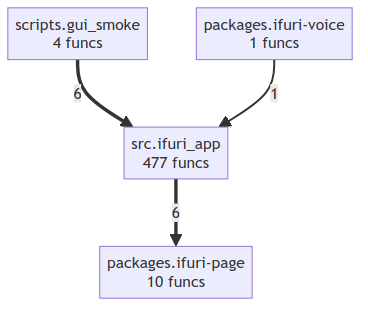
Earlier version of the Mermaid export project/compact_flow.png (if-uri/app). Its source is kept beside it as project/compact_flow.mmd.
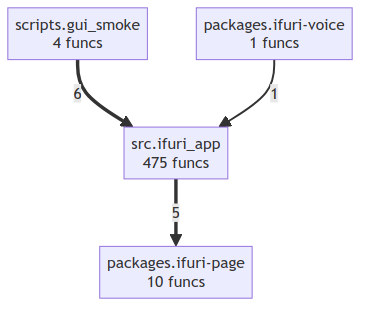
After the change.

What changed in the source:
```diff
@@ -2,7 +2,7 @@
     packages__ifuri_page["packages.ifuri-page<br/>10 funcs"]
     packages__ifuri_voice["packages.ifuri-voice<br/>1 funcs"]
     scripts__gui_smoke["scripts.gui_smoke<br/>4 funcs"]
-    src__ifuri_app["src.ifuri_app<br/>477 funcs"]
-    src__ifuri_app ==>|6| packages__ifuri_page
+    src__ifuri_app["src.ifuri_app<br/>475 funcs"]
     scripts__gui_smoke ==>|6| src__ifuri_app
+    src__ifuri_app ==>|5| packages__ifuri_page
     packages__ifuri_voice -->|1| src__ifuri_app
```
